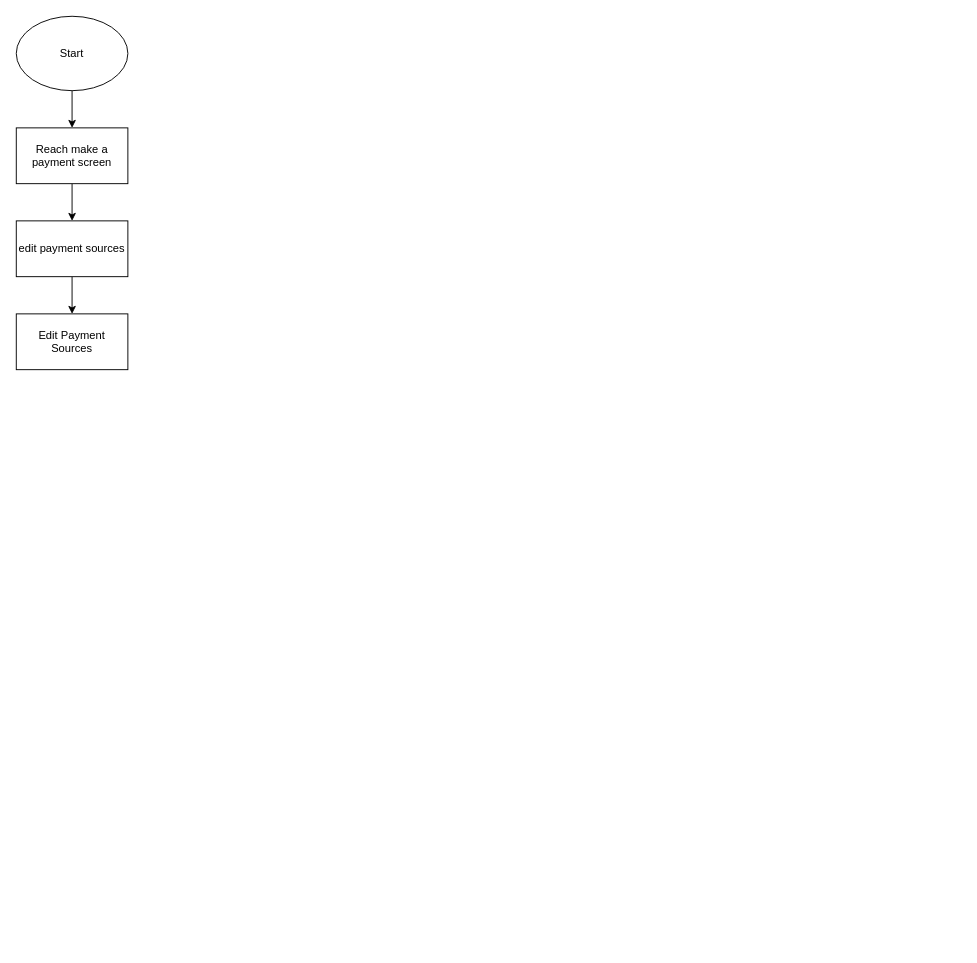
Earlier version of the draw.io diagram USCC-22138.drawio (PratikBali/flowchart). Source tidied: cells renumbered, new cells numbered last; positions are measured from the earlier drawing's top-left corner, leaving out a move shared by most shapes. Both pictures are drawn from the tidied source at 93%, with x=0, y=0 at pixel (16, 16).
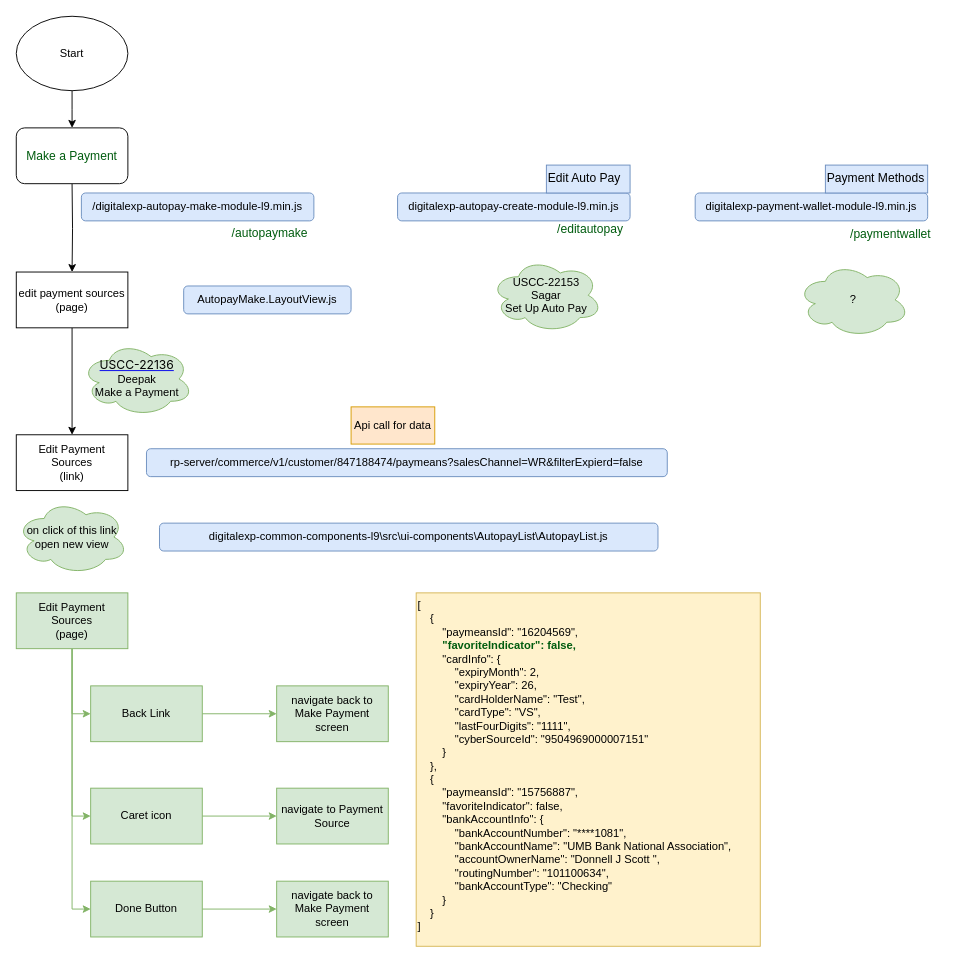
The same diagram, later.

The change refers to these unchanged cells:
```xml
<mxCell id="3" value="Start" style="ellipse;whiteSpace=wrap;html=1;" parent="1" vertex="1">
  <mxGeometry width="120" height="80" as="geometry" />
</mxCell>
```

Change to the diagram source:
```diff
@@
-    <mxCell id="2" style="edgeStyle=orthogonalEdgeStyle;rounded=0;jettySize=auto;html=1;" parent="1" edge="1" source="3" target="5">
-      <mxGeometry relative="1" as="geometry" />
+    <mxCell id="2" style="edgeStyle=orthogonalEdgeStyle;rounded=0;jettySize=auto;html=1;" parent="1" edge="1" source="3">
+      <mxGeometry relative="1" as="geometry">
+        <mxPoint x="60" y="120" as="targetPoint" />
+      </mxGeometry>
     </mxCell>
@@
-    <mxCell id="4" style="edgeStyle=orthogonalEdgeStyle;rounded=0;jettySize=auto;html=1;" parent="1" edge="1" source="5" target="7">
-      <mxGeometry relative="1" as="geometry" />
+    <mxCell id="4" style="edgeStyle=orthogonalEdgeStyle;rounded=0;jettySize=auto;html=1;" parent="1" edge="1" target="7">
+      <mxGeometry relative="1" as="geometry">
+        <mxPoint x="60" y="180" as="sourcePoint" />
+      </mxGeometry>
     </mxCell>
-    <mxCell id="5" value="Reach make a payment screen" style="rounded=0;whiteSpace=wrap;html=1;" parent="1" vertex="1">
-      <mxGeometry y="120" width="120" height="60" as="geometry" />
-    </mxCell>
-    <mxCell id="6" style="edgeStyle=orthogonalEdgeStyle;rounded=0;jettySize=auto;html=1;" parent="1" edge="1" source="7" target="8">
+    <mxCell id="6" style="edgeStyle=orthogonalEdgeStyle;rounded=0;jettySize=auto;html=1;fontColor=#005C0F;" parent="1" edge="1" source="7" target="8">
       <mxGeometry relative="1" as="geometry" />
     </mxCell>
-    <mxCell id="7" value="edit payment sources" style="whiteSpace=wrap;html=1;rounded=0;" parent="1" vertex="1">
-      <mxGeometry y="220" width="120" height="60" as="geometry" />
+    <mxCell id="7" value="edit payment sources&lt;br&gt;(page)" style="whiteSpace=wrap;html=1;rounded=0;" parent="1" vertex="1">
+      <mxGeometry y="275" width="120" height="60" as="geometry" />
     </mxCell>
-    <mxCell id="8" value="Edit Payment Sources" style="whiteSpace=wrap;html=1;rounded=0;" parent="1" vertex="1">
-      <mxGeometry y="320" width="120" height="60" as="geometry" />
+    <mxCell id="8" value="Edit Payment Sources&lt;br&gt;(link)" style="whiteSpace=wrap;html=1;rounded=0;" parent="1" vertex="1">
+      <mxGeometry y="450" width="120" height="60" as="geometry" />
     </mxCell>
+    <mxCell id="9" value="/digitalexp-autopay-make-module-l9.min.js" style="rounded=1;whiteSpace=wrap;html=1;labelBackgroundColor=none;fillColor=#dae8fc;strokeColor=#6c8ebf;" parent="1" vertex="1">
+      <mxGeometry x="70" y="190" width="250" height="30" as="geometry" />
+    </mxCell>
+    <mxCell id="10" value="AutopayMake.LayoutView.js" style="rounded=1;whiteSpace=wrap;html=1;labelBackgroundColor=none;fillColor=#dae8fc;strokeColor=#6c8ebf;" parent="1" vertex="1">
+      <mxGeometry x="180" y="290" width="180" height="30" as="geometry" />
+    </mxCell>
+    <mxCell id="11" value="rp-server/commerce/v1/customer/847188474/paymeans?salesChannel=WR&amp;amp;filterExpierd=false" style="rounded=1;whiteSpace=wrap;html=1;labelBackgroundColor=none;fillColor=#dae8fc;strokeColor=#6c8ebf;" parent="1" vertex="1">
+      <mxGeometry x="140" y="465" width="560" height="30" as="geometry" />
+    </mxCell>
+    <mxCell id="12" value="Api call for data" style="rounded=0;whiteSpace=wrap;html=1;labelBackgroundColor=none;fillColor=#ffe6cc;strokeColor=#d79b00;" parent="1" vertex="1">
+      <mxGeometry x="360" y="420" width="90" height="40" as="geometry" />
+    </mxCell>
+    <mxCell id="13" value="on click of this link open new view" style="ellipse;shape=cloud;whiteSpace=wrap;html=1;rounded=0;labelBackgroundColor=none;fillColor=#d5e8d4;strokeColor=#82b366;" parent="1" vertex="1">
+      <mxGeometry y="520" width="120" height="80" as="geometry" />
+    </mxCell>
+    <mxCell id="14" style="edgeStyle=orthogonalEdgeStyle;rounded=0;jettySize=auto;html=1;fontColor=#050000;fillColor=#d5e8d4;strokeColor=#82b366;" parent="1" edge="1" source="17" target="25">
+      <mxGeometry relative="1" as="geometry">
+        <Array as="points">
+          <mxPoint x="60" y="960" />
+        </Array>
+      </mxGeometry>
+    </mxCell>
+    <mxCell id="15" style="edgeStyle=orthogonalEdgeStyle;rounded=0;jettySize=auto;html=1;entryX=0;entryY=0.5;entryDx=0;entryDy=0;fontColor=#050000;fillColor=#d5e8d4;strokeColor=#82b366;" parent="1" edge="1" source="17" target="21">
+      <mxGeometry relative="1" as="geometry" />
+    </mxCell>
+    <mxCell id="16" style="edgeStyle=orthogonalEdgeStyle;rounded=0;jettySize=auto;html=1;entryX=0;entryY=0.5;entryDx=0;entryDy=0;fontColor=#050000;fillColor=#d5e8d4;strokeColor=#82b366;" parent="1" edge="1" source="17" target="23">
+      <mxGeometry relative="1" as="geometry" />
+    </mxCell>
+    <mxCell id="17" value="Edit Payment Sources&lt;br&gt;(page)" style="whiteSpace=wrap;html=1;rounded=0;fillColor=#d5e8d4;strokeColor=#82b366;" parent="1" vertex="1">
+      <mxGeometry y="620" width="120" height="60" as="geometry" />
+    </mxCell>
+    <mxCell id="18" value="[&lt;br&gt;&amp;nbsp; &amp;nbsp; {&lt;br&gt;&amp;nbsp; &amp;nbsp; &amp;nbsp; &amp;nbsp; &quot;paymeansId&quot;: &quot;16204569&quot;,&lt;br&gt;&lt;b&gt;&lt;font color=&quot;#005c0f&quot;&gt;&amp;nbsp; &amp;nbsp; &amp;nbsp; &amp;nbsp; &quot;favoriteIndicator&quot;: false,&lt;br&gt;&lt;/font&gt;&lt;/b&gt;&amp;nbsp; &amp;nbsp; &amp;nbsp; &amp;nbsp; &quot;cardInfo&quot;: {&lt;br&gt;&amp;nbsp; &amp;nbsp; &amp;nbsp; &amp;nbsp; &amp;nbsp; &amp;nbsp; &quot;expiryMonth&quot;: 2,&lt;br&gt;&amp;nbsp; &amp;nbsp; &amp;nbsp; &amp;nbsp; &amp;nbsp; &amp;nbsp; &quot;expiryYear&quot;: 26,&lt;br&gt;&amp;nbsp; &amp;nbsp; &amp;nbsp; &amp;nbsp; &amp;nbsp; &amp;nbsp; &quot;cardHolderName&quot;: &quot;Test&quot;,&lt;br&gt;&amp;nbsp; &amp;nbsp; &amp;nbsp; &amp;nbsp; &amp;nbsp; &amp;nbsp; &quot;cardType&quot;: &quot;VS&quot;,&lt;br&gt;&amp;nbsp; &amp;nbsp; &amp;nbsp; &amp;nbsp; &amp;nbsp; &amp;nbsp; &quot;lastFourDigits&quot;: &quot;1111&quot;,&lt;br&gt;&amp;nbsp; &amp;nbsp; &amp;nbsp; &amp;nbsp; &amp;nbsp; &amp;nbsp; &quot;cyberSourceId&quot;: &quot;9504969000007151&quot;&lt;br&gt;&amp;nbsp; &amp;nbsp; &amp;nbsp; &amp;nbsp; }&lt;br&gt;&amp;nbsp; &amp;nbsp; },&lt;br&gt;&amp;nbsp; &amp;nbsp; {&lt;br&gt;&amp;nbsp; &amp;nbsp; &amp;nbsp; &amp;nbsp; &quot;paymeansId&quot;: &quot;15756887&quot;,&lt;br&gt;&amp;nbsp; &amp;nbsp; &amp;nbsp; &amp;nbsp; &quot;favoriteIndicator&quot;: false,&lt;br&gt;&amp;nbsp; &amp;nbsp; &amp;nbsp; &amp;nbsp; &quot;bankAccountInfo&quot;: {&lt;br&gt;&amp;nbsp; &amp;nbsp; &amp;nbsp; &amp;nbsp; &amp;nbsp; &amp;nbsp; &quot;bankAccountNumber&quot;: &quot;****1081&quot;,&lt;br&gt;&amp;nbsp; &amp;nbsp; &amp;nbsp; &amp;nbsp; &amp;nbsp; &amp;nbsp; &quot;bankAccountName&quot;: &quot;UMB Bank National Association&quot;,&lt;br&gt;&amp;nbsp; &amp;nbsp; &amp;nbsp; &amp;nbsp; &amp;nbsp; &amp;nbsp; &quot;accountOwnerName&quot;: &quot;Donnell J Scott &quot;,&lt;br&gt;&amp;nbsp; &amp;nbsp; &amp;nbsp; &amp;nbsp; &amp;nbsp; &amp;nbsp; &quot;routingNumber&quot;: &quot;101100634&quot;,&lt;br&gt;&amp;nbsp; &amp;nbsp; &amp;nbsp; &amp;nbsp; &amp;nbsp; &amp;nbsp; &quot;bankAccountType&quot;: &quot;Checking&quot;&lt;br&gt;&amp;nbsp; &amp;nbsp; &amp;nbsp; &amp;nbsp; }&lt;br&gt;&amp;nbsp; &amp;nbsp; }&lt;br&gt;]" style="text;whiteSpace=wrap;html=1;fillColor=#fff2cc;strokeColor=#d6b656;" parent="1" vertex="1">
+      <mxGeometry x="430" y="620" width="370" height="380" as="geometry" />
+    </mxCell>
+    <mxCell id="19" value="digitalexp-common-components-l9\src\ui-components\AutopayList\AutopayList.js" style="rounded=1;whiteSpace=wrap;html=1;labelBackgroundColor=none;fillColor=#dae8fc;strokeColor=#6c8ebf;" parent="1" vertex="1">
+      <mxGeometry x="154" y="545" width="536" height="30" as="geometry" />
+    </mxCell>
+    <mxCell id="20" style="edgeStyle=orthogonalEdgeStyle;rounded=0;jettySize=auto;html=1;fontColor=#050000;fillColor=#d5e8d4;strokeColor=#82b366;" parent="1" edge="1" source="21" target="26">
+      <mxGeometry relative="1" as="geometry" />
+    </mxCell>
+    <mxCell id="21" value="Back Link" style="whiteSpace=wrap;html=1;rounded=0;fillColor=#d5e8d4;strokeColor=#82b366;" parent="1" vertex="1">
+      <mxGeometry x="80" y="720" width="120" height="60" as="geometry" />
+    </mxCell>
+    <mxCell id="22" style="edgeStyle=orthogonalEdgeStyle;rounded=0;jettySize=auto;html=1;fontColor=#050000;fillColor=#d5e8d4;strokeColor=#82b366;" parent="1" edge="1" source="23" target="27">
+      <mxGeometry relative="1" as="geometry" />
+    </mxCell>
+    <mxCell id="23" value="Caret icon" style="whiteSpace=wrap;html=1;rounded=0;fillColor=#d5e8d4;strokeColor=#82b366;" parent="1" vertex="1">
+      <mxGeometry x="80" y="830" width="120" height="60" as="geometry" />
+    </mxCell>
+    <mxCell id="24" style="edgeStyle=orthogonalEdgeStyle;rounded=0;jettySize=auto;html=1;fontColor=#050000;fillColor=#d5e8d4;strokeColor=#82b366;" parent="1" edge="1" source="25" target="28">
+      <mxGeometry relative="1" as="geometry" />
+    </mxCell>
+    <mxCell id="25" value="Done Button" style="whiteSpace=wrap;html=1;rounded=0;fillColor=#d5e8d4;strokeColor=#82b366;" parent="1" vertex="1">
+      <mxGeometry x="80" y="930" width="120" height="60" as="geometry" />
+    </mxCell>
+    <mxCell id="26" value="navigate back to Make Payment screen" style="whiteSpace=wrap;html=1;rounded=0;fillColor=#d5e8d4;strokeColor=#82b366;" parent="1" vertex="1">
+      <mxGeometry x="280" y="720" width="120" height="60" as="geometry" />
+    </mxCell>
+    <mxCell id="27" value="navigate to Payment Source" style="whiteSpace=wrap;html=1;rounded=0;fillColor=#d5e8d4;strokeColor=#82b366;" parent="1" vertex="1">
+      <mxGeometry x="280" y="830" width="120" height="60" as="geometry" />
+    </mxCell>
+    <mxCell id="28" value="navigate back to Make Payment screen" style="whiteSpace=wrap;html=1;rounded=0;fillColor=#d5e8d4;strokeColor=#82b366;" parent="1" vertex="1">
+      <mxGeometry x="280" y="930" width="120" height="60" as="geometry" />
+    </mxCell>
+    <mxCell id="29" value="USCC-22153&lt;br&gt;Sagar&lt;br&gt;Set Up Auto Pay&lt;br&gt;&lt;span style=&quot;font-size: 11.5pt; font-family: -apple-system;&quot;&gt;&lt;/span&gt;" style="ellipse;shape=cloud;whiteSpace=wrap;html=1;rounded=0;labelBackgroundColor=none;fillColor=#d5e8d4;strokeColor=#82b366;" parent="1" vertex="1">
+      <mxGeometry x="510" y="260" width="120" height="80" as="geometry" />
+    </mxCell>
+    <mxCell id="30" value="&lt;span style=&quot;font-size: 13px; font-family: -apple-system;&quot;&gt;&lt;a href=&quot;https://deljira/browse/USCC-22136&quot;&gt;&lt;span style=&quot;color:black&quot;&gt;USCC-22136&lt;/span&gt;&lt;/a&gt;&lt;br&gt;&lt;/span&gt;Deepak&lt;br&gt;Make a Payment&lt;br&gt;&lt;span style=&quot;font-size: 11.5pt; font-family: -apple-system;&quot;&gt;&lt;/span&gt;" style="ellipse;shape=cloud;whiteSpace=wrap;html=1;rounded=0;labelBackgroundColor=none;fillColor=#d5e8d4;strokeColor=#82b366;" parent="1" vertex="1">
+      <mxGeometry x="70" y="350" width="120" height="80" as="geometry" />
+    </mxCell>
+    <mxCell id="31" value="digitalexp-payment-wallet-module-l9.min.js" style="rounded=1;whiteSpace=wrap;html=1;labelBackgroundColor=none;fillColor=#dae8fc;strokeColor=#6c8ebf;" parent="1" vertex="1">
+      <mxGeometry x="730" y="190" width="250" height="30" as="geometry" />
+    </mxCell>
+    <mxCell id="32" value="/editautopay" style="text;whiteSpace=wrap;html=1;fontSize=13;fontColor=#005C0F;" parent="1" vertex="1">
+      <mxGeometry x="580" y="215" width="100" height="40" as="geometry" />
+    </mxCell>
+    <mxCell id="33" value="digitalexp-autopay-create-module-l9.min.js" style="rounded=1;whiteSpace=wrap;html=1;labelBackgroundColor=none;fillColor=#dae8fc;strokeColor=#6c8ebf;" parent="1" vertex="1">
+      <mxGeometry x="410" y="190" width="250" height="30" as="geometry" />
+    </mxCell>
+    <mxCell id="34" value="&lt;font style=&quot;font-size: 13px;&quot;&gt;/autopaymake&lt;/font&gt;" style="text;whiteSpace=wrap;html=1;fontSize=23;fontColor=#005C0F;" parent="1" vertex="1">
+      <mxGeometry x="230" y="210" width="180" height="50" as="geometry" />
+    </mxCell>
+    <mxCell id="35" value="/paymentwallet" style="text;whiteSpace=wrap;html=1;fontSize=13;fontColor=#005C0F;" parent="1" vertex="1">
+      <mxGeometry x="895" y="220" width="120" height="40" as="geometry" />
+    </mxCell>
+    <mxCell id="36" value="Edit Auto Pay" style="text;whiteSpace=wrap;html=1;fontSize=13;fillColor=#dae8fc;strokeColor=#6c8ebf;" parent="1" vertex="1">
+      <mxGeometry x="570" y="160" width="90" height="30" as="geometry" />
+    </mxCell>
+    <mxCell id="37" value="Payment Methods" style="text;whiteSpace=wrap;html=1;fontSize=13;fillColor=#dae8fc;strokeColor=#6c8ebf;" parent="1" vertex="1">
+      <mxGeometry x="870" y="160" width="110" height="30" as="geometry" />
+    </mxCell>
+    <mxCell id="38" value="Make a Payment" style="rounded=1;whiteSpace=wrap;html=1;labelBackgroundColor=none;strokeColor=default;fontSize=13;fontColor=#005C0F;fillColor=default;" parent="1" vertex="1">
+      <mxGeometry y="120" width="120" height="60" as="geometry" />
+    </mxCell>
+    <mxCell id="39" value="?" style="ellipse;shape=cloud;whiteSpace=wrap;html=1;rounded=0;labelBackgroundColor=none;fillColor=#d5e8d4;strokeColor=#82b366;" parent="1" vertex="1">
+      <mxGeometry x="840" y="265" width="120" height="80" as="geometry" />
+    </mxCell>
```
